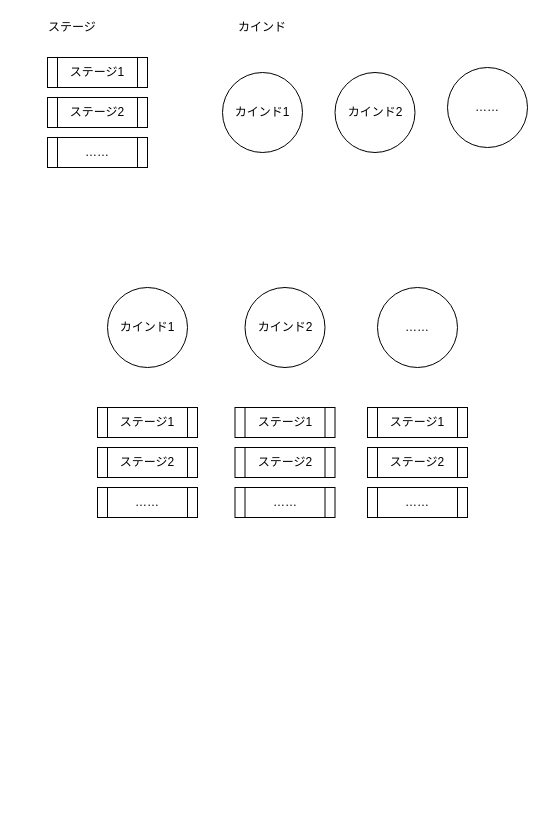
Above: task_lifecycle.drawio in stakiran/work_of_systematization_of_taskmanagement (draw.io), before the change. Source tidied: cells renumbered, new cells numbered last; positions are measured from the earlier drawing's top-left corner, leaving out a move shared by most shapes. Both pictures are drawn from the tidied source at 100%, with x=0, y=0 at pixel (17, 17).
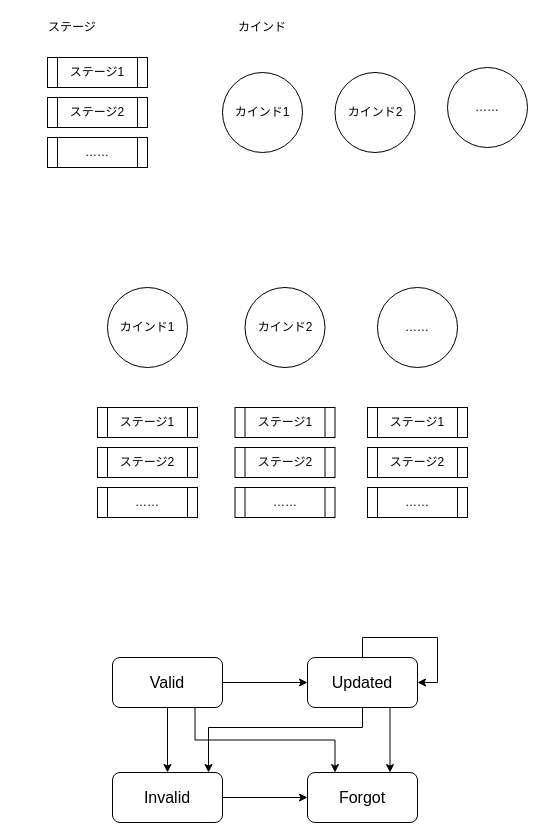
Above is the later version.

Commit message:
add lifecycle prototype about layer1

The edit, as a diff of the source:
```diff
@@
+    <mxCell id="22" style="edgeStyle=orthogonalEdgeStyle;rounded=0;jettySize=auto;html=1;" parent="1" edge="1" source="25" target="28">
+      <mxGeometry relative="1" as="geometry" />
+    </mxCell>
+    <mxCell id="23" style="edgeStyle=orthogonalEdgeStyle;rounded=0;jettySize=auto;html=1;exitX=0.5;exitY=1;exitDx=0;exitDy=0;" parent="1" edge="1" source="25" target="30">
+      <mxGeometry relative="1" as="geometry" />
+    </mxCell>
+    <mxCell id="24" style="edgeStyle=orthogonalEdgeStyle;rounded=0;jettySize=auto;html=1;exitX=0.75;exitY=1;exitDx=0;exitDy=0;entryX=0.25;entryY=0;entryDx=0;entryDy=0;" parent="1" edge="1" source="25" target="31">
+      <mxGeometry relative="1" as="geometry" />
+    </mxCell>
+    <mxCell id="25" value="&lt;font style=&quot;font-size: 16px&quot;&gt;Valid&lt;/font&gt;" style="rounded=1;whiteSpace=wrap;html=1;" parent="1" vertex="1">
+      <mxGeometry x="95" y="640" width="110" height="50" as="geometry" />
+    </mxCell>
+    <mxCell id="26" style="edgeStyle=orthogonalEdgeStyle;rounded=0;jettySize=auto;html=1;exitX=0.75;exitY=1;exitDx=0;exitDy=0;entryX=0.75;entryY=0;entryDx=0;entryDy=0;" parent="1" edge="1" source="28" target="31">
+      <mxGeometry relative="1" as="geometry" />
+    </mxCell>
+    <mxCell id="27" style="edgeStyle=orthogonalEdgeStyle;rounded=0;jettySize=auto;html=1;exitX=0.5;exitY=1;exitDx=0;exitDy=0;entryX=0.873;entryY=0;entryDx=0;entryDy=0;entryPerimeter=0;" parent="1" edge="1" source="28" target="30">
+      <mxGeometry relative="1" as="geometry">
+        <Array as="points">
+          <mxPoint x="345" y="710" />
+          <mxPoint x="191" y="710" />
+        </Array>
+      </mxGeometry>
+    </mxCell>
+    <mxCell id="28" value="&lt;font style=&quot;font-size: 16px&quot;&gt;Updated&lt;/font&gt;" style="rounded=1;whiteSpace=wrap;html=1;" parent="1" vertex="1">
+      <mxGeometry x="290" y="640" width="110" height="50" as="geometry" />
+    </mxCell>
+    <mxCell id="29" style="edgeStyle=orthogonalEdgeStyle;rounded=0;jettySize=auto;html=1;exitX=1;exitY=0.5;exitDx=0;exitDy=0;entryX=0;entryY=0.5;entryDx=0;entryDy=0;" parent="1" edge="1" source="30" target="31">
+      <mxGeometry relative="1" as="geometry" />
+    </mxCell>
+    <mxCell id="30" value="&lt;font style=&quot;font-size: 16px&quot;&gt;Invalid&lt;/font&gt;" style="rounded=1;whiteSpace=wrap;html=1;" parent="1" vertex="1">
+      <mxGeometry x="95" y="755" width="110" height="50" as="geometry" />
+    </mxCell>
+    <mxCell id="31" value="&lt;font style=&quot;font-size: 16px&quot;&gt;Forgot&lt;/font&gt;" style="rounded=1;whiteSpace=wrap;html=1;" parent="1" vertex="1">
+      <mxGeometry x="290" y="755" width="110" height="50" as="geometry" />
+    </mxCell>
+    <mxCell id="32" style="edgeStyle=orthogonalEdgeStyle;rounded=0;orthogonalLoop=1;jettySize=auto;html=1;exitX=0.5;exitY=0;exitDx=0;exitDy=0;entryX=1;entryY=0.5;entryDx=0;entryDy=0;" parent="1" edge="1" source="28" target="28">
+      <mxGeometry relative="1" as="geometry" />
+    </mxCell>
```
